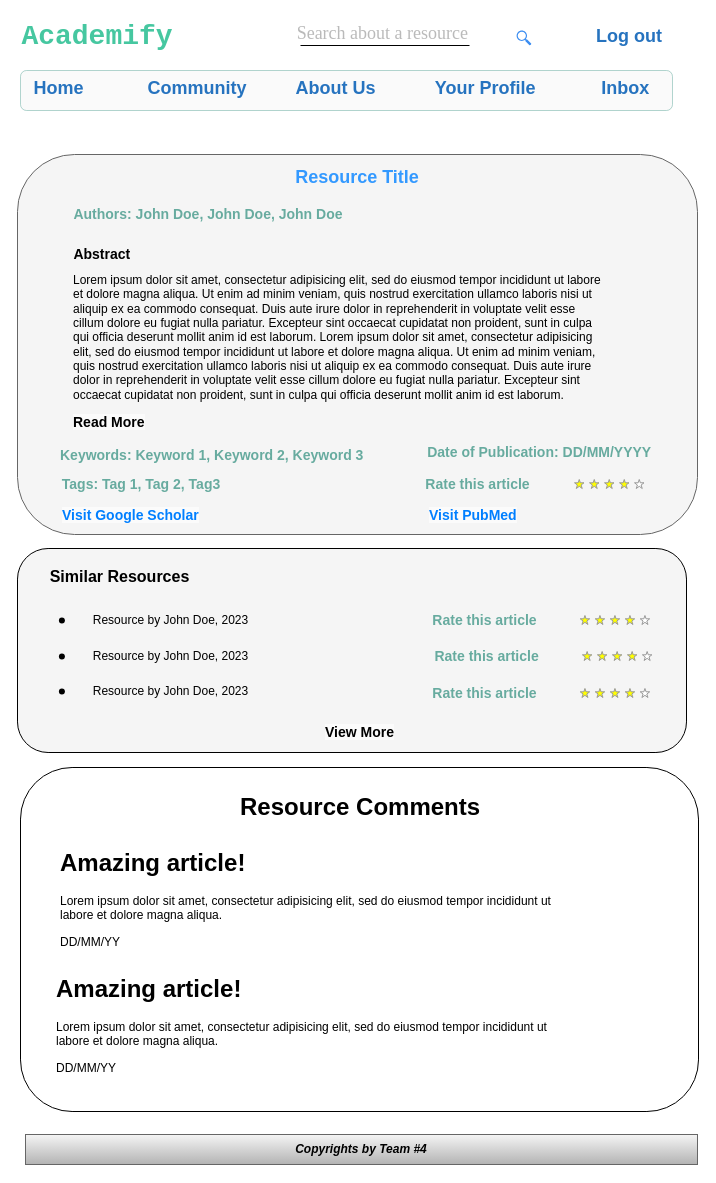
The draw.io diagram Project Design/Wireframes/Resource Post.drawio in muhammed-ayman/ScholarStack, before the edit. Source tidied: cells renumbered, new cells numbered last; positions are measured from the earlier drawing's top-left corner, leaving out a move shared by most shapes. Both pictures are drawn from the tidied source at 100%, with x=0, y=0 at pixel (17, 16).
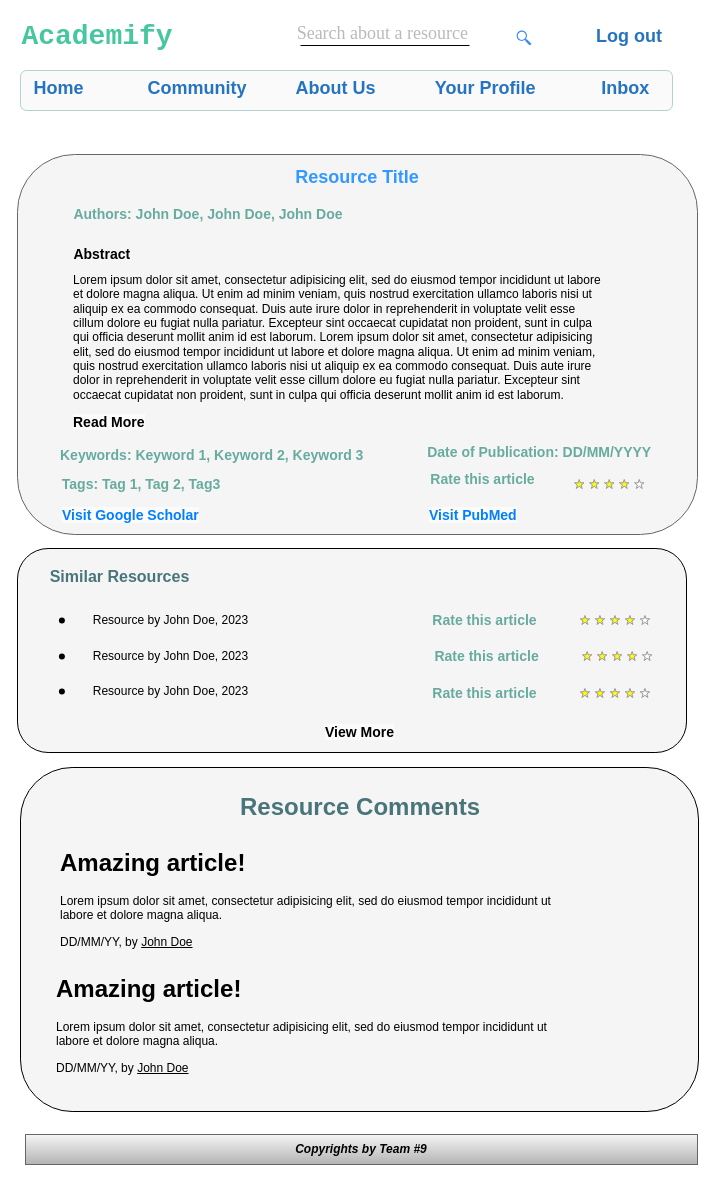
After the change.

What changed in the source:
```diff
@@
     <mxCell id="11" value="Rate this article" style="text;spacingTop=-5;fontSize=14;align=center;fontColor=#67AB9F;fontStyle=1;" parent="1" vertex="1">
-      <mxGeometry x="405" y="458" width="111" height="20" as="geometry" />
+      <mxGeometry x="410" y="453" width="111" height="20" as="geometry" />
     </mxCell>
@@
-    <mxCell id="23" value="&lt;b&gt;&lt;i&gt;Copyrights by Team #4&lt;/i&gt;&lt;/b&gt;" style="rounded=0;whiteSpace=wrap;html=1;fillColor=#f5f5f5;gradientColor=#b3b3b3;strokeColor=#666666;" parent="1" vertex="1">
+    <mxCell id="23" value="&lt;b&gt;&lt;i&gt;Copyrights by Team #9&lt;/i&gt;&lt;/b&gt;" style="rounded=0;whiteSpace=wrap;html=1;fillColor=#f5f5f5;gradientColor=#b3b3b3;strokeColor=#666666;" parent="1" vertex="1">
       <mxGeometry x="8" y="1118" width="672" height="30" as="geometry" />
     </mxCell>
@@
-    <mxCell id="25" value="Similar Resources" style="text;html=1;strokeColor=none;fillColor=none;align=center;verticalAlign=middle;whiteSpace=wrap;rounded=0;fontStyle=1;fontSize=16;" parent="1" vertex="1">
+    <mxCell id="25" value="Similar Resources" style="text;html=1;strokeColor=none;fillColor=none;align=center;verticalAlign=middle;whiteSpace=wrap;rounded=0;fontStyle=1;fontSize=16;fontColor=#49757A;" parent="1" vertex="1">
       <mxGeometry x="23" y="545" width="159" height="30" as="geometry" />
     </mxCell>
@@
-    <mxCell id="42" style="rounded=1;whiteSpace=wrap;html=1;" parent="1" vertex="1">
+    <mxCell id="42" style="rounded=1;whiteSpace=wrap;html=1;fillColor=#F5F5F5;" parent="1" vertex="1">
       <mxGeometry x="3" y="751" width="678" height="344" as="geometry" />
     </mxCell>
-    <mxCell id="43" value="&lt;h1&gt;Amazing article!&lt;/h1&gt;&lt;p&gt;Lorem ipsum dolor sit amet, consectetur adipisicing elit, sed do eiusmod tempor incididunt ut labore et dolore magna aliqua.&lt;/p&gt;&lt;p&gt;DD/MM/YY&lt;/p&gt;" style="text;html=1;strokeColor=none;fillColor=none;spacing=5;spacingTop=-20;whiteSpace=wrap;overflow=hidden;rounded=0;" parent="1" vertex="1">
+    <mxCell id="43" value="&lt;h1&gt;Amazing article!&lt;/h1&gt;&lt;p&gt;Lorem ipsum dolor sit amet, consectetur adipisicing elit, sed do eiusmod tempor incididunt ut labore et dolore magna aliqua.&lt;/p&gt;&lt;p&gt;DD/MM/YY, by &lt;u&gt;John Doe&lt;/u&gt;&lt;/p&gt;" style="text;html=1;strokeColor=none;fillColor=none;spacing=5;spacingTop=-20;whiteSpace=wrap;overflow=hidden;rounded=0;" parent="1" vertex="1">
       <mxGeometry x="38" y="827" width="507" height="128" as="geometry" />
     </mxCell>
-    <mxCell id="44" value="&lt;h1&gt;Resource Comments&lt;/h1&gt;" style="text;html=1;strokeColor=none;fillColor=none;spacing=5;spacingTop=-20;whiteSpace=wrap;overflow=hidden;rounded=0;" parent="1" vertex="1">
+    <mxCell id="44" value="&lt;h1&gt;Resource Comments&lt;/h1&gt;" style="text;html=1;strokeColor=none;fillColor=none;spacing=5;spacingTop=-20;whiteSpace=wrap;overflow=hidden;rounded=0;fontColor=#49757A;" parent="1" vertex="1">
       <mxGeometry x="218" y="771" width="261" height="40" as="geometry" />
     </mxCell>
-    <mxCell id="45" value="&lt;h1&gt;Amazing article!&lt;/h1&gt;&lt;p&gt;Lorem ipsum dolor sit amet, consectetur adipisicing elit, sed do eiusmod tempor incididunt ut labore et dolore magna aliqua.&lt;/p&gt;&lt;p&gt;DD/MM/YY&lt;/p&gt;" style="text;html=1;strokeColor=none;fillColor=none;spacing=5;spacingTop=-20;whiteSpace=wrap;overflow=hidden;rounded=0;" parent="1" vertex="1">
+    <mxCell id="45" value="&lt;h1&gt;Amazing article!&lt;/h1&gt;&lt;p&gt;Lorem ipsum dolor sit amet, consectetur adipisicing elit, sed do eiusmod tempor incididunt ut labore et dolore magna aliqua.&lt;/p&gt;&lt;p&gt;DD/MM/YY, by &lt;u&gt;John Doe&lt;/u&gt;&lt;/p&gt;" style="text;html=1;strokeColor=none;fillColor=none;spacing=5;spacingTop=-20;whiteSpace=wrap;overflow=hidden;rounded=0;" parent="1" vertex="1">
       <mxGeometry x="34.4" y="953" width="507" height="128" as="geometry" />
     </mxCell>
```
